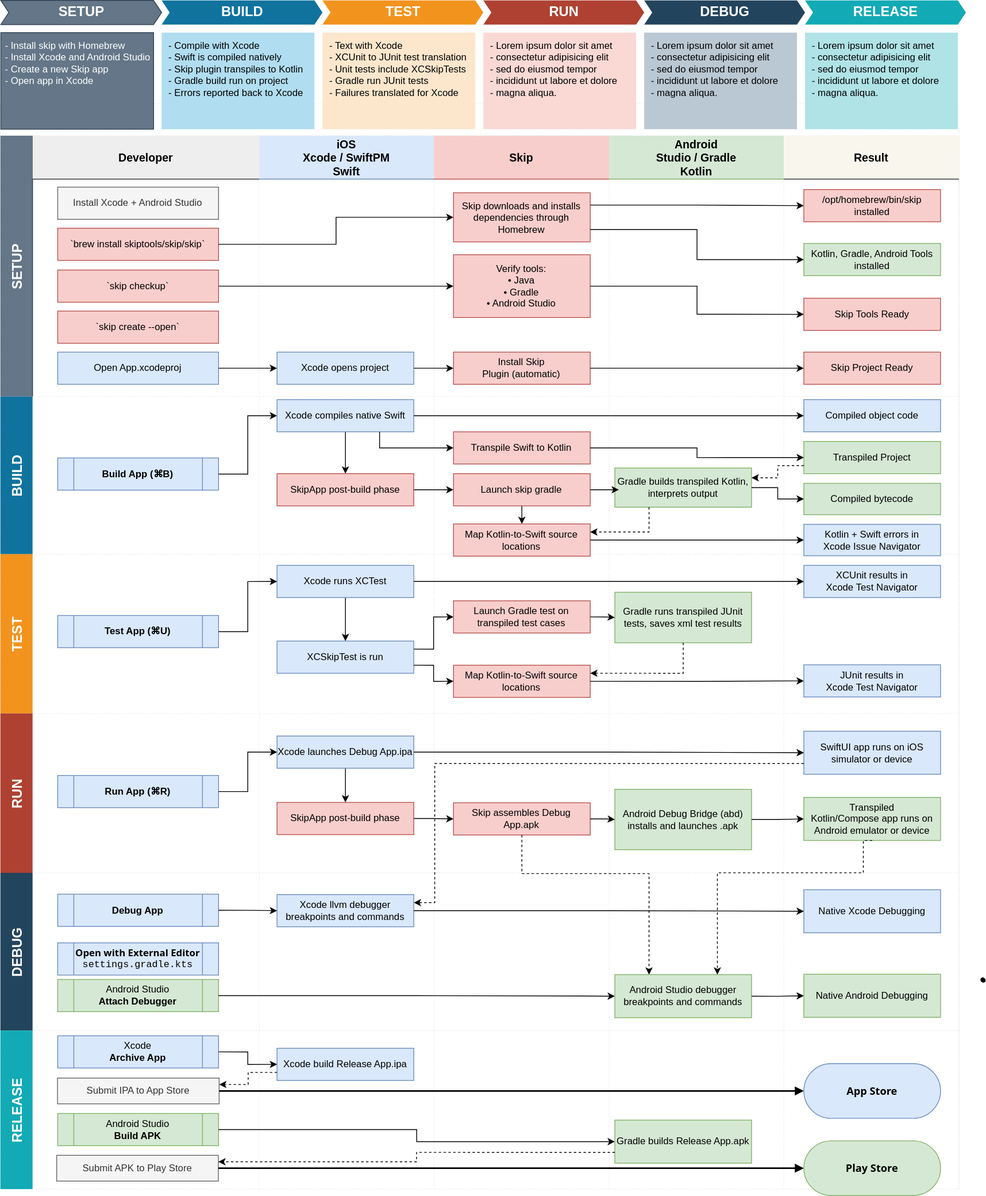
Above: skip_dev_process.drawio.svg in skiptools/assets.skip.tools (draw.io), before the change. Source tidied: cells renumbered, new cells last; positions are measured from the earlier drawing's top-left corner, leaving out a move shared by most shapes.
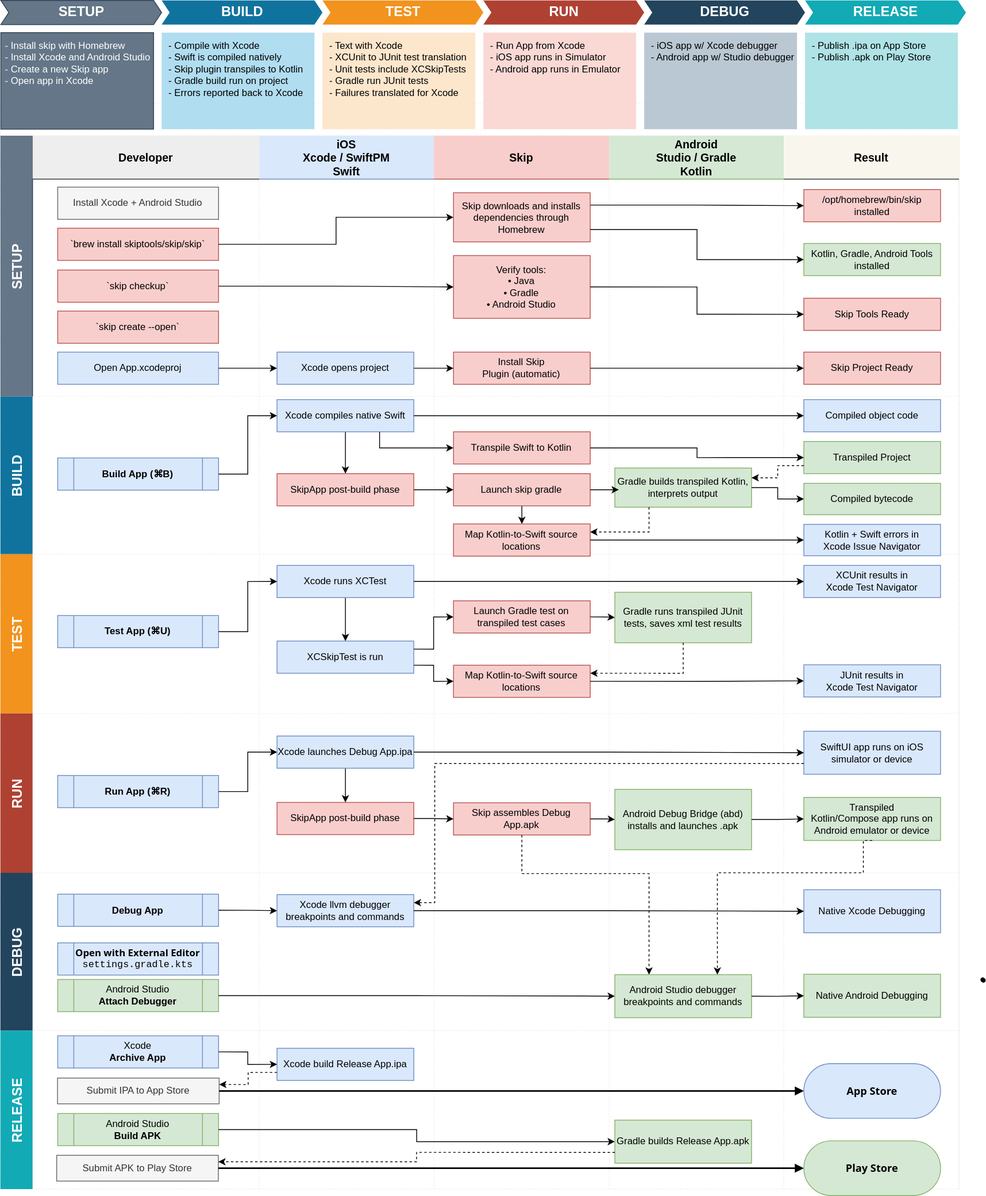
The same diagram one commit later.

Diff of the diagram source:
```diff
@@ -45,7 +45,7 @@
       <mxGeometry x="24.4" y="269" width="170" height="40" as="geometry" />
     </mxCell>
     <mxCell id="16" value="Verify tools:&lt;br&gt;• Java&lt;br&gt;• Gradle&lt;br&gt;• Android Studio" style="rounded=0;whiteSpace=wrap;html=1;fillColor=#f8cecc;strokeColor=#b85450;" parent="14" vertex="1">
-      <mxGeometry x="24.4" y="148" width="170" height="78" as="geometry" />
+      <mxGeometry x="24.4" y="149" width="170" height="78" as="geometry" />
     </mxCell>
     <mxCell id="17" value="Skip downloads and installs dependencies through Homebrew" style="rounded=0;whiteSpace=wrap;html=1;fillColor=#f8cecc;strokeColor=#b85450;" parent="14" vertex="1">
       <mxGeometry x="24.4" y="71" width="170" height="61" as="geometry" />
@@ -481,13 +481,13 @@
     <mxCell id="155" value="&amp;nbsp;- Text with Xcode&lt;br&gt;&amp;nbsp;-&amp;nbsp;XCUnit to JUnit test translation&lt;br&gt;&amp;nbsp;- Unit tests include XCSkipTests&lt;br&gt;&amp;nbsp;- Gradle run JUnit tests&lt;br&gt;&amp;nbsp;- Failures translated for Xcode" style="shape=rect;fillColor=#FCE7CD;strokeColor=none;fontSize=12;html=1;whiteSpace=wrap;align=left;verticalAlign=top;spacing=5;rounded=0;" parent="1" vertex="1">
       <mxGeometry x="400.5" y="40" width="190" height="120" as="geometry" />
     </mxCell>
-    <mxCell id="156" value="&amp;nbsp;- Lorem ipsum dolor sit amet&lt;br&gt;&amp;nbsp;- consectetur adipisicing elit&lt;br&gt;&amp;nbsp;- sed do eiusmod tempor&lt;br&gt;&amp;nbsp;- incididunt ut labore et dolore&lt;br&gt;&amp;nbsp;- magna aliqua." style="shape=rect;fillColor=#FAD9D5;strokeColor=none;fontSize=12;html=1;whiteSpace=wrap;align=left;verticalAlign=top;spacing=5;rounded=0;" parent="1" vertex="1">
+    <mxCell id="156" value="&amp;nbsp;- Run App from Xcode&lt;br&gt;&amp;nbsp;- iOS app runs in Simulator&lt;br&gt;&amp;nbsp;- Android app runs in Emulator" style="shape=rect;fillColor=#FAD9D5;strokeColor=none;fontSize=12;html=1;whiteSpace=wrap;align=left;verticalAlign=top;spacing=5;rounded=0;" parent="1" vertex="1">
       <mxGeometry x="600.5" y="40" width="190" height="120" as="geometry" />
     </mxCell>
-    <mxCell id="157" value="&amp;nbsp;- Lorem ipsum dolor sit amet&lt;br&gt;&amp;nbsp;- consectetur adipisicing elit&lt;br&gt;&amp;nbsp;- sed do eiusmod tempor&lt;br&gt;&amp;nbsp;- incididunt ut labore et dolore&lt;br&gt;&amp;nbsp;- magna aliqua." style="shape=rect;fillColor=#BAC8D3;strokeColor=none;fontSize=12;html=1;whiteSpace=wrap;align=left;verticalAlign=top;spacing=5;rounded=0;" parent="1" vertex="1">
+    <mxCell id="157" value="&amp;nbsp;- iOS app w/ Xcode debugger&lt;br&gt;&amp;nbsp;- Android app w/ Studio debugger" style="shape=rect;fillColor=#BAC8D3;strokeColor=none;fontSize=12;html=1;whiteSpace=wrap;align=left;verticalAlign=top;spacing=5;rounded=0;" parent="1" vertex="1">
       <mxGeometry x="800.5" y="40" width="190" height="120" as="geometry" />
     </mxCell>
-    <mxCell id="158" value="&amp;nbsp;- Lorem ipsum dolor sit amet&lt;br&gt;&amp;nbsp;- consectetur adipisicing elit&lt;br&gt;&amp;nbsp;- sed do eiusmod tempor&lt;br&gt;&amp;nbsp;- incididunt ut labore et dolore&lt;br&gt;&amp;nbsp;- magna aliqua." style="shape=rect;fillColor=#B0E3E6;strokeColor=none;fontSize=12;html=1;whiteSpace=wrap;align=left;verticalAlign=top;spacing=5;rounded=0;" parent="1" vertex="1">
+    <mxCell id="158" value="&amp;nbsp;- Publish .ipa on App Store&lt;br&gt;&amp;nbsp;- Publish .apk on Play Store&lt;br&gt;" style="shape=rect;fillColor=#B0E3E6;strokeColor=none;fontSize=12;html=1;whiteSpace=wrap;align=left;verticalAlign=top;spacing=5;rounded=0;" parent="1" vertex="1">
       <mxGeometry x="1000.5" y="40" width="190" height="120" as="geometry" />
     </mxCell>
     <mxCell id="159" value="SETUP" style="shape=step;perimeter=stepPerimeter;whiteSpace=wrap;html=1;fixedSize=1;size=10;fillColor=#647687;strokeColor=#314354;fontSize=17;fontStyle=1;align=center;rounded=0;fontColor=#ffffff;" parent="1" vertex="1">
```
